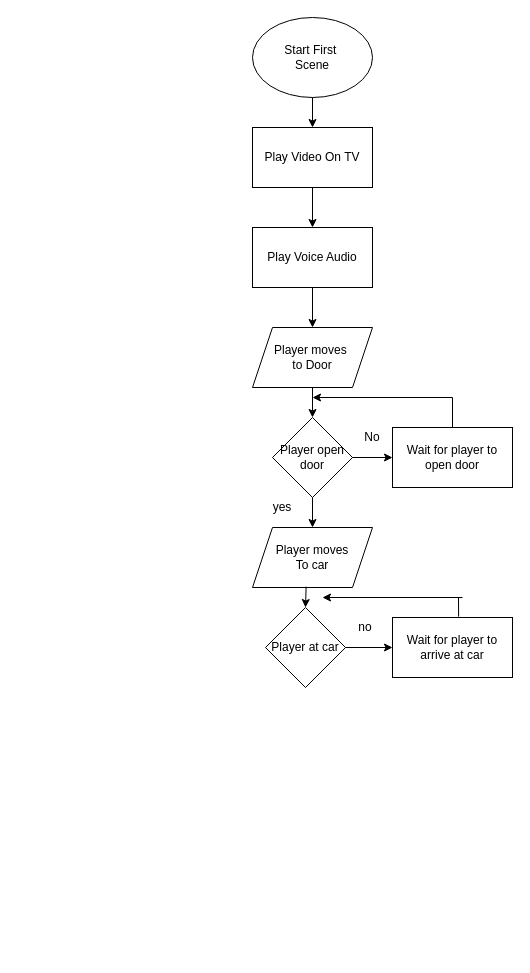
The draw.io diagram Untitled Diagram.drawio in bennyboy743/Walk-In-Woods-Main, before the edit. Source tidied: cells renumbered, new cells numbered last; positions are measured from the earlier drawing's top-left corner, leaving out a move shared by most shapes. Both pictures are drawn from the tidied source at 100%, with x=0, y=0 at pixel (252, 17).
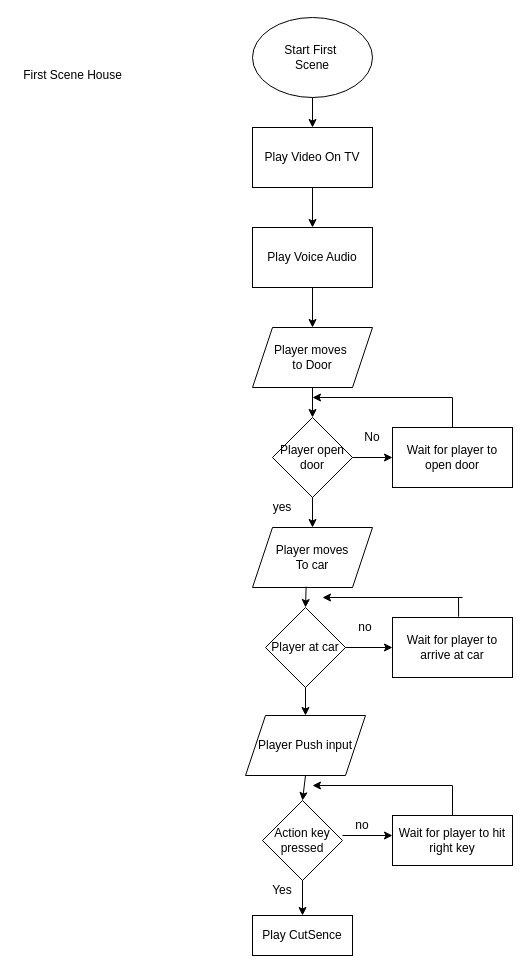
Above is the later version.

Unchanged cells that the change refers to:
```xml
<mxCell id="19" value="Player at car&lt;br&gt;" style="rhombus;whiteSpace=wrap;html=1;" parent="1" vertex="1">
  <mxGeometry x="13" y="590" width="80" height="80" as="geometry" />
</mxCell>
```

The edit, as a diff of the source:
```diff
@@
+    <mxCell id="26" value="First Scene House&lt;br&gt;" style="text;html=1;align=center;verticalAlign=middle;" parent="1" vertex="1">
+      <mxGeometry x="-235" y="48" width="110" height="20" as="geometry" />
+    </mxCell>
+    <mxCell id="27" style="endArrow=classic;html=1;exitX=0.5;exitY=1;exitDx=0;exitDy=0;" parent="1" edge="1" source="19">
+      <mxGeometry relative="1" as="geometry">
+        <mxPoint x="53" y="698" as="targetPoint" />
+      </mxGeometry>
+    </mxCell>
+    <mxCell id="28" value="Player Push input&lt;br&gt;" style="shape=parallelogram;perimeter=parallelogramPerimeter;whiteSpace=wrap;html=1;fixedSize=1;" parent="1" vertex="1">
+      <mxGeometry x="-7" y="698" width="120" height="60" as="geometry" />
+    </mxCell>
+    <mxCell id="29" value="Action key pressed&lt;br&gt;" style="rhombus;whiteSpace=wrap;html=1;" parent="1" vertex="1">
+      <mxGeometry x="10" y="783" width="80" height="80" as="geometry" />
+    </mxCell>
+    <mxCell id="30" style="endArrow=classic;html=1;exitX=0.5;exitY=1;exitDx=0;exitDy=0;entryX=0.5;entryY=0;entryDx=0;entryDy=0;" parent="1" edge="1" source="28" target="29">
+      <mxGeometry relative="1" as="geometry" />
+    </mxCell>
+    <mxCell id="31" value="no&lt;br&gt;" style="text;html=1;strokeColor=none;fillColor=none;align=center;verticalAlign=middle;whiteSpace=wrap;rounded=0;" parent="1" vertex="1">
+      <mxGeometry x="90" y="798" width="40" height="20" as="geometry" />
+    </mxCell>
+    <mxCell id="32" style="endArrow=classic;html=1;exitX=0;exitY=1;exitDx=0;exitDy=0;" parent="1" edge="1" source="31">
+      <mxGeometry relative="1" as="geometry">
+        <mxPoint x="140" y="818" as="targetPoint" />
+      </mxGeometry>
+    </mxCell>
+    <mxCell id="33" value="Wait for player to hit right key" style="rounded=0;whiteSpace=wrap;html=1;" parent="1" vertex="1">
+      <mxGeometry x="140" y="798" width="120" height="50" as="geometry" />
+    </mxCell>
+    <mxCell id="34" style="endArrow=none;html=1;exitX=0.5;exitY=0;exitDx=0;exitDy=0;" parent="1" edge="1" source="33">
+      <mxGeometry relative="1" as="geometry">
+        <mxPoint x="200" y="768" as="targetPoint" />
+      </mxGeometry>
+    </mxCell>
+    <mxCell id="35" style="endArrow=classic;html=1;" parent="1" edge="1">
+      <mxGeometry relative="1" as="geometry">
+        <mxPoint x="200" y="768" as="sourcePoint" />
+        <mxPoint x="60" y="768" as="targetPoint" />
+      </mxGeometry>
+    </mxCell>
+    <mxCell id="36" value="Yes" style="text;html=1;strokeColor=none;fillColor=none;align=center;verticalAlign=middle;whiteSpace=wrap;rounded=0;" parent="1" vertex="1">
+      <mxGeometry x="10" y="863" width="40" height="20" as="geometry" />
+    </mxCell>
+    <mxCell id="37" style="endArrow=classic;html=1;" parent="1" edge="1">
+      <mxGeometry relative="1" as="geometry">
+        <mxPoint x="50" y="863" as="sourcePoint" />
+        <mxPoint x="50" y="898" as="targetPoint" />
+      </mxGeometry>
+    </mxCell>
+    <mxCell id="38" value="Play CutSence&lt;br&gt;" style="rounded=0;whiteSpace=wrap;html=1;" parent="1" vertex="1">
+      <mxGeometry y="898" width="100" height="40" as="geometry" />
+    </mxCell>
```
